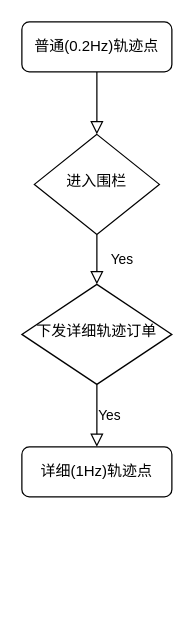
Above: track_order.drawio in geo-deyi/dataflow (draw.io), before the change. Source tidied: cells renumbered, new cells numbered last; positions are measured from the earlier drawing's top-left corner, leaving out a move shared by most shapes. Both pictures are drawn from the tidied source at 125%, with x=0, y=0 at pixel (21, 21).
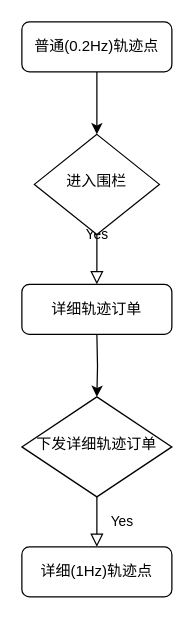
After the change.

Change to the diagram source:
```diff
@@
 <mxGraphModel>
   <root>
     <mxCell id="0" />
     <mxCell id="1" parent="0" />
-    <mxCell id="2" style="rounded=0;html=1;jettySize=auto;fontSize=11;endArrow=block;endFill=0;endSize=8;strokeWidth=1;shadow=0;labelBackgroundColor=none;edgeStyle=orthogonalEdgeStyle;" parent="1" edge="1" source="3" target="5">
-      <mxGeometry relative="1" as="geometry" />
-    </mxCell>
     <mxCell id="3" value="普通(0.2Hz)轨迹点" style="rounded=1;whiteSpace=wrap;html=1;fontSize=12;glass=0;strokeWidth=1;shadow=0;" parent="1" vertex="1">
       <mxGeometry width="120" height="40" as="geometry" />
     </mxCell>
-    <mxCell id="4" value="Yes" style="rounded=0;html=1;jettySize=auto;fontSize=11;endArrow=block;endFill=0;endSize=8;strokeWidth=1;shadow=0;labelBackgroundColor=none;edgeStyle=orthogonalEdgeStyle;" parent="1" edge="1" source="5" target="7">
-      <mxGeometry y="20" relative="1" as="geometry" />
+    <mxCell id="4" value="Yes" style="rounded=0;html=1;jettySize=auto;fontSize=11;endArrow=block;endFill=0;endSize=8;strokeWidth=1;shadow=0;labelBackgroundColor=none;edgeStyle=orthogonalEdgeStyle;" parent="1" edge="1" source="5">
+      <mxGeometry y="20" relative="1" as="geometry">
+        <mxPoint x="60" y="210" as="targetPoint" />
+      </mxGeometry>
     </mxCell>
     <mxCell id="5" value="进入围栏" style="rhombus;whiteSpace=wrap;html=1;shadow=0;fontFamily=Helvetica;fontSize=12;align=center;strokeWidth=1;spacing=6;spacingTop=-4;" parent="1" vertex="1">
       <mxGeometry x="10" y="90" width="100" height="80" as="geometry" />
     </mxCell>
     <mxCell id="6" value="Yes" style="edgeStyle=orthogonalEdgeStyle;rounded=0;html=1;jettySize=auto;fontSize=11;endArrow=block;endFill=0;endSize=8;strokeWidth=1;shadow=0;labelBackgroundColor=none;" parent="1" edge="1" source="7" target="8">
-      <mxGeometry y="10" relative="1" as="geometry" />
+      <mxGeometry y="20" relative="1" as="geometry" />
     </mxCell>
     <mxCell id="7" value="下发详细轨迹订单" style="rhombus;whiteSpace=wrap;html=1;shadow=0;fontFamily=Helvetica;fontSize=12;align=center;strokeWidth=1;spacing=6;spacingTop=-4;" parent="1" vertex="1">
-      <mxGeometry y="210" width="120" height="80" as="geometry" />
+      <mxGeometry y="300" width="120" height="80" as="geometry" />
     </mxCell>
     <mxCell id="8" value="详细(1Hz)轨迹点" style="rounded=1;whiteSpace=wrap;html=1;fontSize=12;glass=0;strokeWidth=1;shadow=0;" parent="1" vertex="1">
-      <mxGeometry y="340" width="120" height="40" as="geometry" />
+      <mxGeometry y="420" width="120" height="40" as="geometry" />
     </mxCell>
+    <mxCell id="9" value="详细轨迹订单" style="rounded=1;whiteSpace=wrap;html=1;fontSize=12;glass=0;strokeWidth=1;shadow=0;" parent="1" vertex="1">
+      <mxGeometry y="210" width="120" height="40" as="geometry" />
+    </mxCell>
+    <mxCell id="2" style="edgeStyle=orthogonalEdgeStyle;rounded=0;jettySize=auto;html=1;exitX=0.5;exitY=1;exitDx=0;exitDy=0;entryX=0.5;entryY=0;entryDx=0;entryDy=0;" parent="1" edge="1" source="3" target="5">
+      <mxGeometry relative="1" as="geometry" />
+    </mxCell>
+    <mxCell id="10" style="edgeStyle=orthogonalEdgeStyle;rounded=0;jettySize=auto;html=1;entryX=0.5;entryY=0;entryDx=0;entryDy=0;" parent="1" edge="1" target="7">
+      <mxGeometry relative="1" as="geometry">
+        <mxPoint x="60" y="250" as="sourcePoint" />
+      </mxGeometry>
+    </mxCell>
   </root>
 </mxGraphModel>
```
